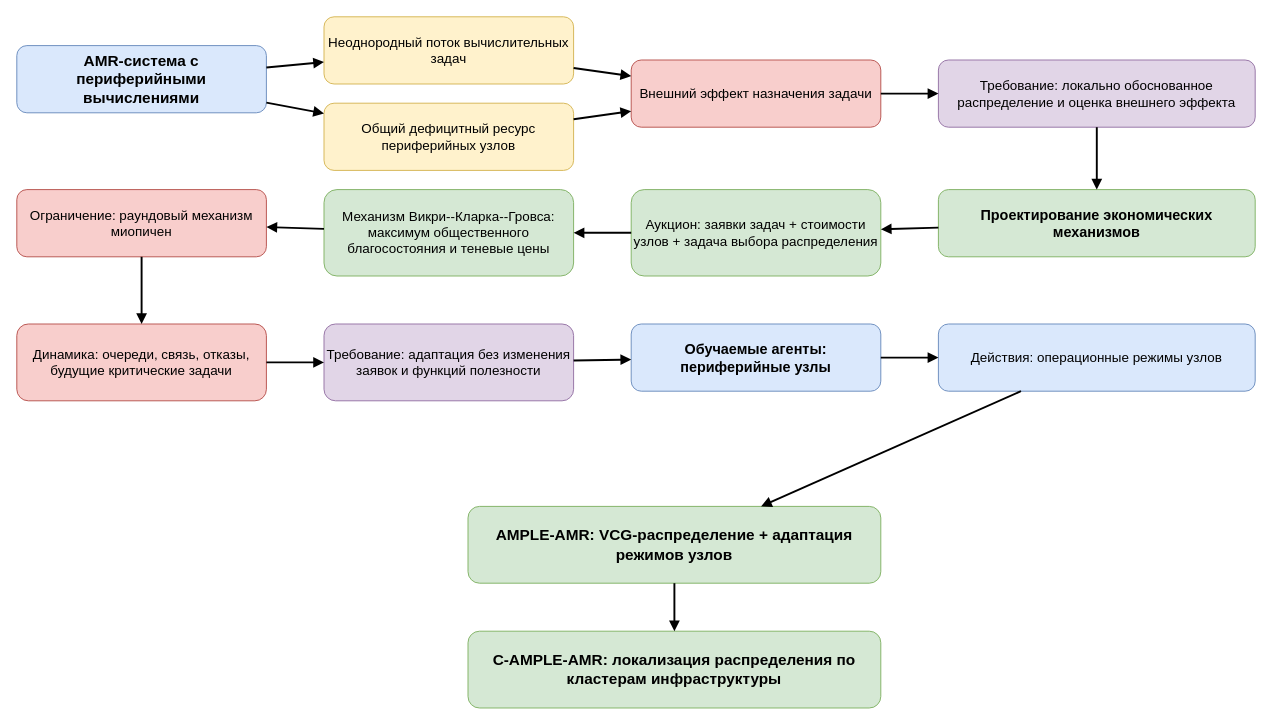
Before: Dissertation/images/drawio/ch1_method_logic.drawio in Dima12101/SPbU-Phd-LaTeX-Dissertation, a draw.io diagram. Source tidied: cells renumbered, new cells numbered last; positions are measured from the earlier drawing's top-left corner, leaving out a move shared by most shapes. Both pictures are drawn from the tidied source at 96%, with x=0, y=0 at pixel (16, 16).
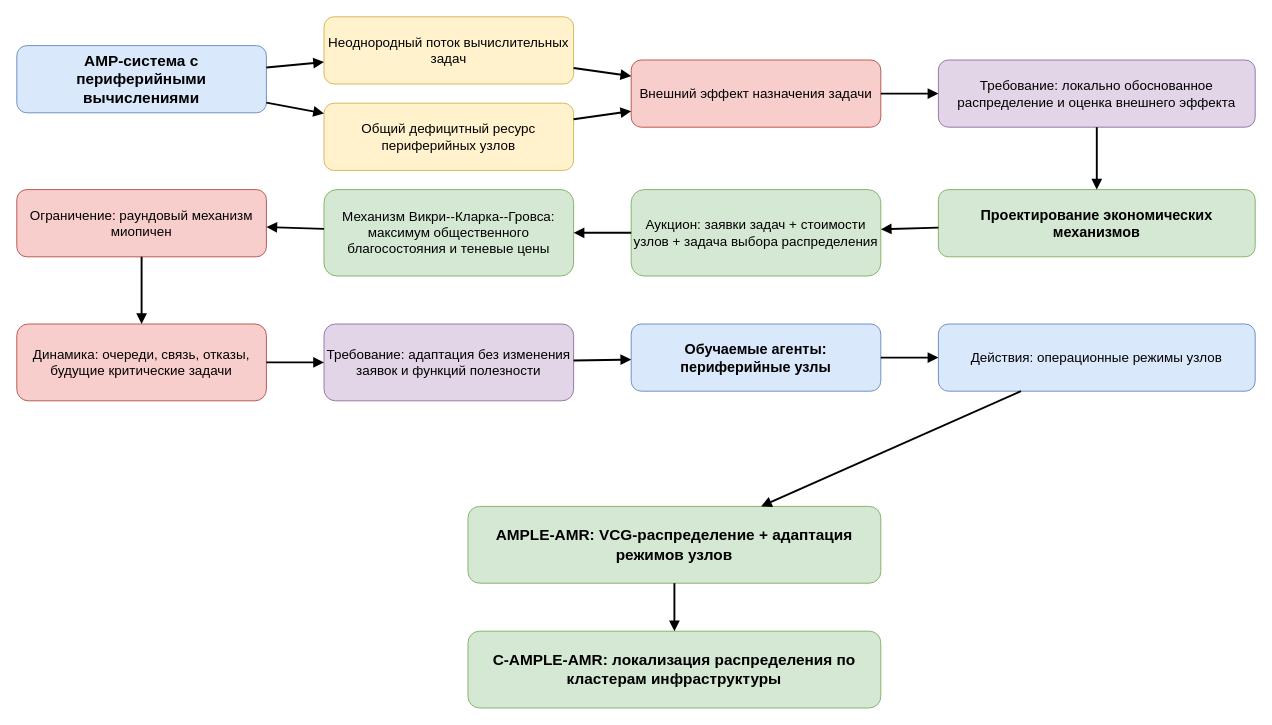
Above is the later version.

What changed in the source:
```diff
@@
-    <mxCell id="2" value="AMR-система с периферийными вычислениями" style="rounded=1;whiteSpace=wrap;html=1;fillColor=#dae8fc;strokeColor=#6c8ebf;fontStyle=1;fontSize=16;" parent="1" vertex="1">
+    <mxCell id="2" value="АМР-система с периферийными вычислениями" style="rounded=1;whiteSpace=wrap;html=1;fillColor=#dae8fc;strokeColor=#6c8ebf;fontStyle=1;fontSize=16;" parent="1" vertex="1">
       <mxGeometry y="30" width="260" height="70" as="geometry" />
     </mxCell>
```
